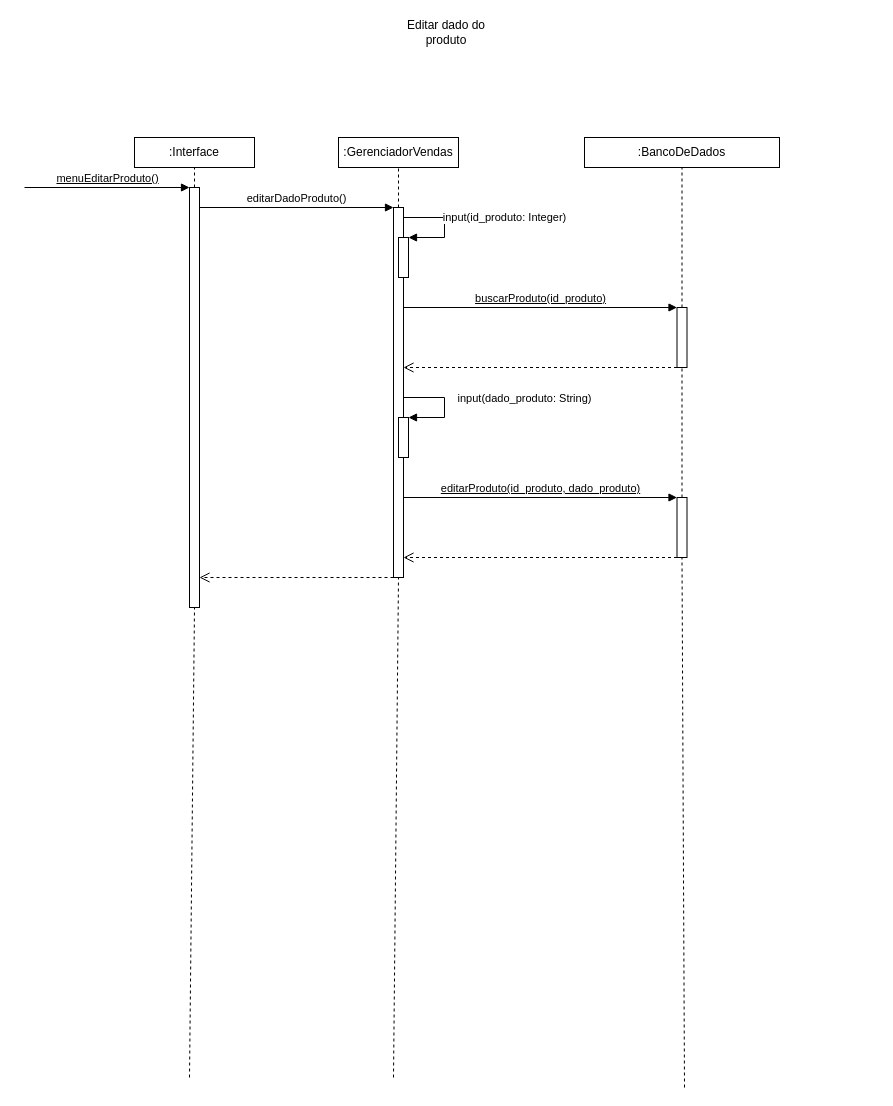
Before: CASOS_DE_USO/DSS_PROJETO/dss_editar_produto.drawio in guifrazao/PROJETO_ESW1, a draw.io diagram. Source tidied: cells renumbered, new cells numbered last; positions are measured from the earlier drawing's top-left corner, leaving out a move shared by most shapes. Both pictures are drawn from the tidied source at 100%, with x=0, y=0 at pixel (24, 17).
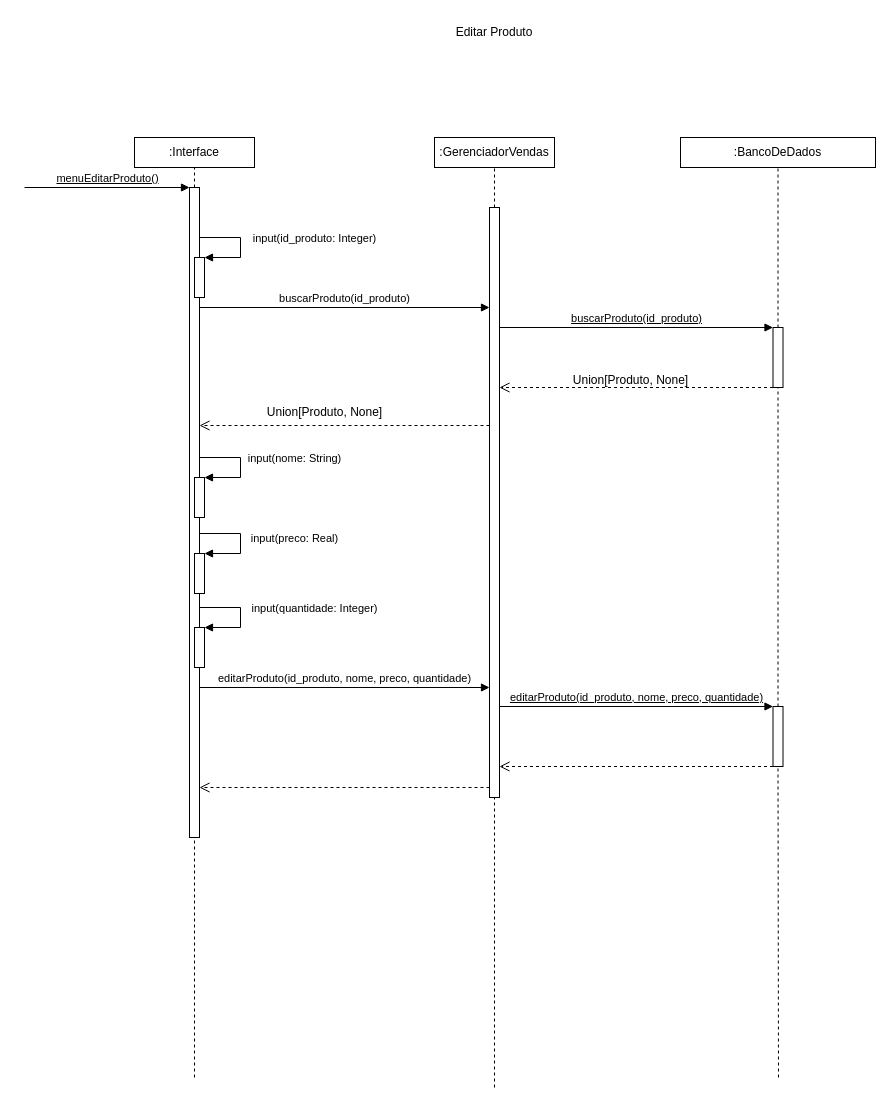
After the change.

Change to the diagram source:
```diff
@@
-    <mxCell id="2" value="Editar dado do produto" style="text;html=1;align=center;verticalAlign=middle;whiteSpace=wrap;rounded=0;" parent="1" vertex="1">
-      <mxGeometry x="374" width="96" height="30" as="geometry" />
+    <mxCell id="2" value="Editar Produto" style="text;html=1;align=center;verticalAlign=middle;whiteSpace=wrap;rounded=0;" parent="1" vertex="1">
+      <mxGeometry x="422" width="96" height="30" as="geometry" />
     </mxCell>
@@
     <mxCell id="5" style="endArrow=none;dashed=1;html=1;rounded=0;entryX=0.5;entryY=1;entryDx=0;entryDy=0;" parent="1" edge="1" target="6">
       <mxGeometry relative="1" as="geometry">
-        <mxPoint x="165" y="1060" as="sourcePoint" />
+        <mxPoint x="170" y="1060" as="sourcePoint" />
       </mxGeometry>
     </mxCell>
     <mxCell id="6" style="html=1;points=[[0,0,0,0,5],[0,1,0,0,-5],[1,0,0,0,5],[1,1,0,0,-5]];perimeter=orthogonalPerimeter;outlineConnect=0;targetShapes=umlLifeline;portConstraint=eastwest;newEdgeStyle={&quot;curved&quot;:0,&quot;rounded&quot;:0};" parent="1" vertex="1">
-      <mxGeometry x="165" y="170" width="10" height="420" as="geometry" />
+      <mxGeometry x="165" y="170" width="10" height="650" as="geometry" />
     </mxCell>
@@
     <mxCell id="8" value=":GerenciadorVendas" style="rounded=0;whiteSpace=wrap;html=1;" parent="1" vertex="1">
-      <mxGeometry x="314" y="120" width="120" height="30" as="geometry" />
+      <mxGeometry x="410" y="120" width="120" height="30" as="geometry" />
     </mxCell>
@@
     <mxCell id="10" style="endArrow=none;dashed=1;html=1;rounded=0;entryX=0.5;entryY=1;entryDx=0;entryDy=0;" parent="1" edge="1" target="11">
       <mxGeometry relative="1" as="geometry">
-        <mxPoint x="369" y="1060" as="sourcePoint" />
+        <mxPoint x="470" y="1070" as="sourcePoint" />
       </mxGeometry>
     </mxCell>
     <mxCell id="11" style="html=1;points=[[0,0,0,0,5],[0,1,0,0,-5],[1,0,0,0,5],[1,1,0,0,-5]];perimeter=orthogonalPerimeter;outlineConnect=0;targetShapes=umlLifeline;portConstraint=eastwest;newEdgeStyle={&quot;curved&quot;:0,&quot;rounded&quot;:0};" parent="1" vertex="1">
-      <mxGeometry x="369" y="190" width="10" height="370" as="geometry" />
+      <mxGeometry x="465" y="190" width="10" height="590" as="geometry" />
     </mxCell>
-    <mxCell id="12" value="editarDadoProduto()" style="html=1;verticalAlign=bottom;endArrow=block;curved=0;rounded=0;" parent="1" edge="1" target="11">
-      <mxGeometry relative="1" as="geometry">
-        <mxPoint x="175" y="190" as="sourcePoint" />
-      </mxGeometry>
-    </mxCell>
     <mxCell id="13" style="html=1;points=[[0,0,0,0,5],[0,1,0,0,-5],[1,0,0,0,5],[1,1,0,0,-5]];perimeter=orthogonalPerimeter;outlineConnect=0;targetShapes=umlLifeline;portConstraint=eastwest;newEdgeStyle={&quot;curved&quot;:0,&quot;rounded&quot;:0};" parent="1" vertex="1">
-      <mxGeometry x="374" y="220" width="10" height="40" as="geometry" />
+      <mxGeometry x="170" y="240" width="10" height="40" as="geometry" />
     </mxCell>
     <mxCell id="14" value="input(id_produto: Integer)" style="html=1;verticalAlign=bottom;endArrow=block;rounded=0;edgeStyle=orthogonalEdgeStyle;" parent="1" edge="1" target="13">
-      <mxGeometry x="0.04" y="60" relative="1" as="geometry">
-        <mxPoint x="379" y="200" as="sourcePoint" />
+      <mxGeometry x="0.05" y="74" relative="1" as="geometry">
+        <mxPoint x="175" y="220" as="sourcePoint" />
         <Array as="points">
-          <mxPoint x="420" y="200" />
-          <mxPoint x="420" y="220" />
+          <mxPoint x="216" y="220" />
+          <mxPoint x="216" y="240" />
         </Array>
       </mxGeometry>
     </mxCell>
     <mxCell id="15" value="&lt;u&gt;buscarProduto(id_produto)&lt;/u&gt;" style="html=1;verticalAlign=bottom;endArrow=block;curved=0;rounded=0;" parent="1" edge="1" target="25">
       <mxGeometry relative="1" as="geometry">
-        <mxPoint x="379" y="290" as="sourcePoint" />
+        <mxPoint x="475" y="310" as="sourcePoint" />
       </mxGeometry>
     </mxCell>
     <mxCell id="16" value=":BancoDeDados" style="rounded=0;whiteSpace=wrap;html=1;" parent="1" vertex="1">
-      <mxGeometry x="560" y="120" width="195" height="30" as="geometry" />
+      <mxGeometry x="656" y="120" width="195" height="30" as="geometry" />
     </mxCell>
@@
     <mxCell id="18" style="html=1;verticalAlign=bottom;endArrow=open;dashed=1;endSize=8;curved=0;rounded=0;" parent="1" edge="1" source="25">
       <mxGeometry relative="1" as="geometry">
-        <mxPoint x="379" y="350" as="targetPoint" />
+        <mxPoint x="475" y="370" as="targetPoint" />
       </mxGeometry>
     </mxCell>
-    <mxCell id="19" style="html=1;verticalAlign=bottom;endArrow=open;dashed=1;endSize=8;curved=0;rounded=0;" parent="1" edge="1">
-      <mxGeometry relative="1" as="geometry">
-        <mxPoint x="369" y="560" as="sourcePoint" />
-        <mxPoint x="175" y="560" as="targetPoint" />
-      </mxGeometry>
-    </mxCell>
-    <mxCell id="20" value="&lt;u&gt;editarProduto(id_produto, dado_produto)&lt;/u&gt;" style="html=1;verticalAlign=bottom;endArrow=block;curved=0;rounded=0;" parent="1" edge="1" target="27">
+    <mxCell id="20" value="&lt;u&gt;editarProduto(id_produto, nome, preco, quantidade)&lt;/u&gt;" style="html=1;verticalAlign=bottom;endArrow=block;curved=0;rounded=0;" parent="1" edge="1" target="27">
       <mxGeometry relative="1" as="geometry">
-        <mxPoint x="379" y="480" as="sourcePoint" />
+        <mxPoint x="475" y="689" as="sourcePoint" />
       </mxGeometry>
     </mxCell>
     <mxCell id="21" style="html=1;verticalAlign=bottom;endArrow=open;dashed=1;endSize=8;curved=0;rounded=0;" parent="1" edge="1" source="27">
       <mxGeometry relative="1" as="geometry">
-        <mxPoint x="379" y="540" as="targetPoint" />
+        <mxPoint x="475" y="749" as="targetPoint" />
       </mxGeometry>
     </mxCell>
     <mxCell id="22" style="html=1;points=[[0,0,0,0,5],[0,1,0,0,-5],[1,0,0,0,5],[1,1,0,0,-5]];perimeter=orthogonalPerimeter;outlineConnect=0;targetShapes=umlLifeline;portConstraint=eastwest;newEdgeStyle={&quot;curved&quot;:0,&quot;rounded&quot;:0};" parent="1" vertex="1">
-      <mxGeometry x="374" y="400" width="10" height="40" as="geometry" />
+      <mxGeometry x="170" y="460" width="10" height="40" as="geometry" />
     </mxCell>
-    <mxCell id="23" value="input(dado_produto: String)" style="html=1;verticalAlign=bottom;endArrow=block;rounded=0;edgeStyle=orthogonalEdgeStyle;" parent="1" edge="1" target="22">
-      <mxGeometry x="0.05" y="80" relative="1" as="geometry">
-        <mxPoint x="379" y="380" as="sourcePoint" />
+    <mxCell id="23" value="input(nome: String)" style="html=1;verticalAlign=bottom;endArrow=block;rounded=0;edgeStyle=orthogonalEdgeStyle;" parent="1" edge="1" target="22">
+      <mxGeometry x="0.05" y="54" relative="1" as="geometry">
+        <mxPoint x="175" y="440" as="sourcePoint" />
         <Array as="points">
-          <mxPoint x="420" y="380" />
-          <mxPoint x="420" y="400" />
+          <mxPoint x="216" y="440" />
+          <mxPoint x="216" y="460" />
         </Array>
       </mxGeometry>
     </mxCell>
@@
     <mxCell id="25" style="html=1;points=[[0,0,0,0,5],[0,1,0,0,-5],[1,0,0,0,5],[1,1,0,0,-5]];perimeter=orthogonalPerimeter;outlineConnect=0;targetShapes=umlLifeline;portConstraint=eastwest;newEdgeStyle={&quot;curved&quot;:0,&quot;rounded&quot;:0};" parent="1" vertex="1">
-      <mxGeometry x="652.5" y="290" width="10" height="60" as="geometry" />
+      <mxGeometry x="748.5" y="310" width="10" height="60" as="geometry" />
     </mxCell>
     <mxCell id="26" style="endArrow=none;dashed=1;html=1;rounded=0;entryX=0.5;entryY=1;entryDx=0;entryDy=0;" parent="1" edge="1" target="27">
       <mxGeometry relative="1" as="geometry">
-        <mxPoint x="660" y="1070" as="sourcePoint" />
+        <mxPoint x="754" y="1060" as="sourcePoint" />
       </mxGeometry>
     </mxCell>
     <mxCell id="27" style="html=1;points=[[0,0,0,0,5],[0,1,0,0,-5],[1,0,0,0,5],[1,1,0,0,-5]];perimeter=orthogonalPerimeter;outlineConnect=0;targetShapes=umlLifeline;portConstraint=eastwest;newEdgeStyle={&quot;curved&quot;:0,&quot;rounded&quot;:0};" parent="1" vertex="1">
-      <mxGeometry x="652.5" y="480" width="10" height="60" as="geometry" />
+      <mxGeometry x="748.5" y="689" width="10" height="60" as="geometry" />
     </mxCell>
+    <mxCell id="28" value="buscarProduto(id_produto)" style="html=1;verticalAlign=bottom;endArrow=block;curved=0;rounded=0;" parent="1" edge="1" target="11">
+      <mxGeometry relative="1" as="geometry">
+        <mxPoint x="175" y="290" as="sourcePoint" />
+      </mxGeometry>
+    </mxCell>
+    <mxCell id="29" value="Union[Produto, None]" style="text;html=1;align=center;verticalAlign=middle;strokeColor=none;fillColor=none;" parent="1" vertex="1">
+      <mxGeometry x="536" y="348" width="140" height="30" as="geometry" />
+    </mxCell>
+    <mxCell id="30" style="html=1;verticalAlign=bottom;endArrow=open;dashed=1;endSize=8;curved=0;rounded=0;" parent="1" edge="1">
+      <mxGeometry relative="1" as="geometry">
+        <mxPoint x="465" y="408" as="sourcePoint" />
+        <mxPoint x="175" y="408" as="targetPoint" />
+      </mxGeometry>
+    </mxCell>
+    <mxCell id="31" value="Union[Produto, None]" style="text;html=1;align=center;verticalAlign=middle;strokeColor=none;fillColor=none;" parent="1" vertex="1">
+      <mxGeometry x="230" y="380" width="140" height="30" as="geometry" />
+    </mxCell>
+    <mxCell id="32" style="html=1;points=[[0,0,0,0,5],[0,1,0,0,-5],[1,0,0,0,5],[1,1,0,0,-5]];perimeter=orthogonalPerimeter;outlineConnect=0;targetShapes=umlLifeline;portConstraint=eastwest;newEdgeStyle={&quot;curved&quot;:0,&quot;rounded&quot;:0};" parent="1" vertex="1">
+      <mxGeometry x="170" y="536" width="10" height="40" as="geometry" />
+    </mxCell>
+    <mxCell id="33" value="input(preco: Real)" style="html=1;verticalAlign=bottom;endArrow=block;rounded=0;edgeStyle=orthogonalEdgeStyle;" parent="1" edge="1" target="32">
+      <mxGeometry x="0.13" y="54" relative="1" as="geometry">
+        <mxPoint x="175" y="516" as="sourcePoint" />
+        <Array as="points">
+          <mxPoint x="216" y="516" />
+          <mxPoint x="216" y="536" />
+        </Array>
+      </mxGeometry>
+    </mxCell>
+    <mxCell id="34" style="html=1;points=[[0,0,0,0,5],[0,1,0,0,-5],[1,0,0,0,5],[1,1,0,0,-5]];perimeter=orthogonalPerimeter;outlineConnect=0;targetShapes=umlLifeline;portConstraint=eastwest;newEdgeStyle={&quot;curved&quot;:0,&quot;rounded&quot;:0};" parent="1" vertex="1">
+      <mxGeometry x="170" y="610" width="10" height="40" as="geometry" />
+    </mxCell>
+    <mxCell id="35" value="input(quantidade: Integer)" style="html=1;verticalAlign=bottom;endArrow=block;rounded=0;edgeStyle=orthogonalEdgeStyle;" parent="1" edge="1" target="34">
+      <mxGeometry x="0.05" y="74" relative="1" as="geometry">
+        <mxPoint x="175" y="590" as="sourcePoint" />
+        <Array as="points">
+          <mxPoint x="216" y="590" />
+          <mxPoint x="216" y="610" />
+        </Array>
+      </mxGeometry>
+    </mxCell>
+    <mxCell id="36" value="editarProduto(id_produto, nome, preco, quantidade)" style="html=1;verticalAlign=bottom;endArrow=block;curved=0;rounded=0;" parent="1" edge="1" target="11">
+      <mxGeometry relative="1" as="geometry">
+        <mxPoint x="175" y="670" as="sourcePoint" />
+      </mxGeometry>
+    </mxCell>
+    <mxCell id="37" style="html=1;verticalAlign=bottom;endArrow=open;dashed=1;endSize=8;curved=0;rounded=0;" parent="1" edge="1" target="6">
+      <mxGeometry relative="1" as="geometry">
+        <mxPoint x="465" y="770" as="sourcePoint" />
+      </mxGeometry>
+    </mxCell>
```
